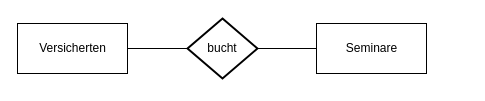
Before: Untitled Diagram.drawio in jhayvali/my-website, a draw.io diagram. Source tidied: cells renumbered, new cells numbered last; positions are measured from the earlier drawing's top-left corner, leaving out a move shared by most shapes. Both pictures are drawn from the tidied source at 100%, with x=0, y=0 at pixel (17, 18).
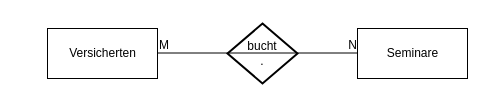
Above is the later version.

Diff of the diagram source:
```diff
@@
 <mxGraphModel>
   <root>
     <mxCell id="0" />
     <mxCell id="1" parent="0" />
     <mxCell id="2" value="Versicherten" style="html=1;" parent="1" vertex="1">
-      <mxGeometry y="5" width="110" height="50" as="geometry" />
+      <mxGeometry x="30" y="10" width="110" height="50" as="geometry" />
     </mxCell>
     <mxCell id="3" value="&lt;div&gt;Seminare&lt;/div&gt;" style="html=1;" parent="1" vertex="1">
-      <mxGeometry x="299" y="5" width="110" height="50" as="geometry" />
+      <mxGeometry x="340" y="10" width="110" height="50" as="geometry" />
     </mxCell>
-    <mxCell id="4" value="bucht" style="strokeWidth=2;html=1;shape=mxgraph.flowchart.decision;whiteSpace=wrap;" parent="1" vertex="1">
-      <mxGeometry x="170" width="70" height="60" as="geometry" />
+    <mxCell id="4" value="&lt;div&gt;bucht&lt;/div&gt;&lt;div&gt;.&lt;br&gt;&lt;/div&gt;" style="strokeWidth=2;html=1;shape=mxgraph.flowchart.decision;whiteSpace=wrap;" parent="1" vertex="1">
+      <mxGeometry x="210" y="5" width="70" height="60" as="geometry" />
     </mxCell>
-    <mxCell id="5" style="line;strokeWidth=1;fillColor=none;align=left;verticalAlign=middle;spacingTop=-1;spacingLeft=3;spacingRight=3;labelPosition=right;" parent="1" vertex="1">
-      <mxGeometry x="110" y="26" width="60" height="8" as="geometry" />
-    </mxCell>
-    <mxCell id="6" style="line;strokeWidth=1;fillColor=none;align=left;verticalAlign=middle;spacingTop=-1;spacingLeft=3;spacingRight=3;labelPosition=right;" parent="1" vertex="1">
-      <mxGeometry x="240" y="26" width="59" height="8" as="geometry" />
-    </mxCell>
+    <mxCell id="7" style="endArrow=none;html=1;rounded=0;edgeStyle=orthogonalEdgeStyle;" parent="1" edge="1">
+      <mxGeometry relative="1" as="geometry">
+        <mxPoint x="140" y="34.5" as="sourcePoint" />
+        <mxPoint x="340" y="34.5" as="targetPoint" />
+      </mxGeometry>
+    </mxCell>
+    <mxCell id="8" value="M" style="html=1;align=left;verticalAlign=bottom;" parent="7" vertex="1">
+      <mxGeometry x="-1" relative="1" as="geometry" />
+    </mxCell>
+    <mxCell id="9" value="N" style="html=1;align=right;verticalAlign=bottom;" parent="7" vertex="1">
+      <mxGeometry x="1" relative="1" as="geometry" />
+    </mxCell>
   </root>
 </mxGraphModel>
```
